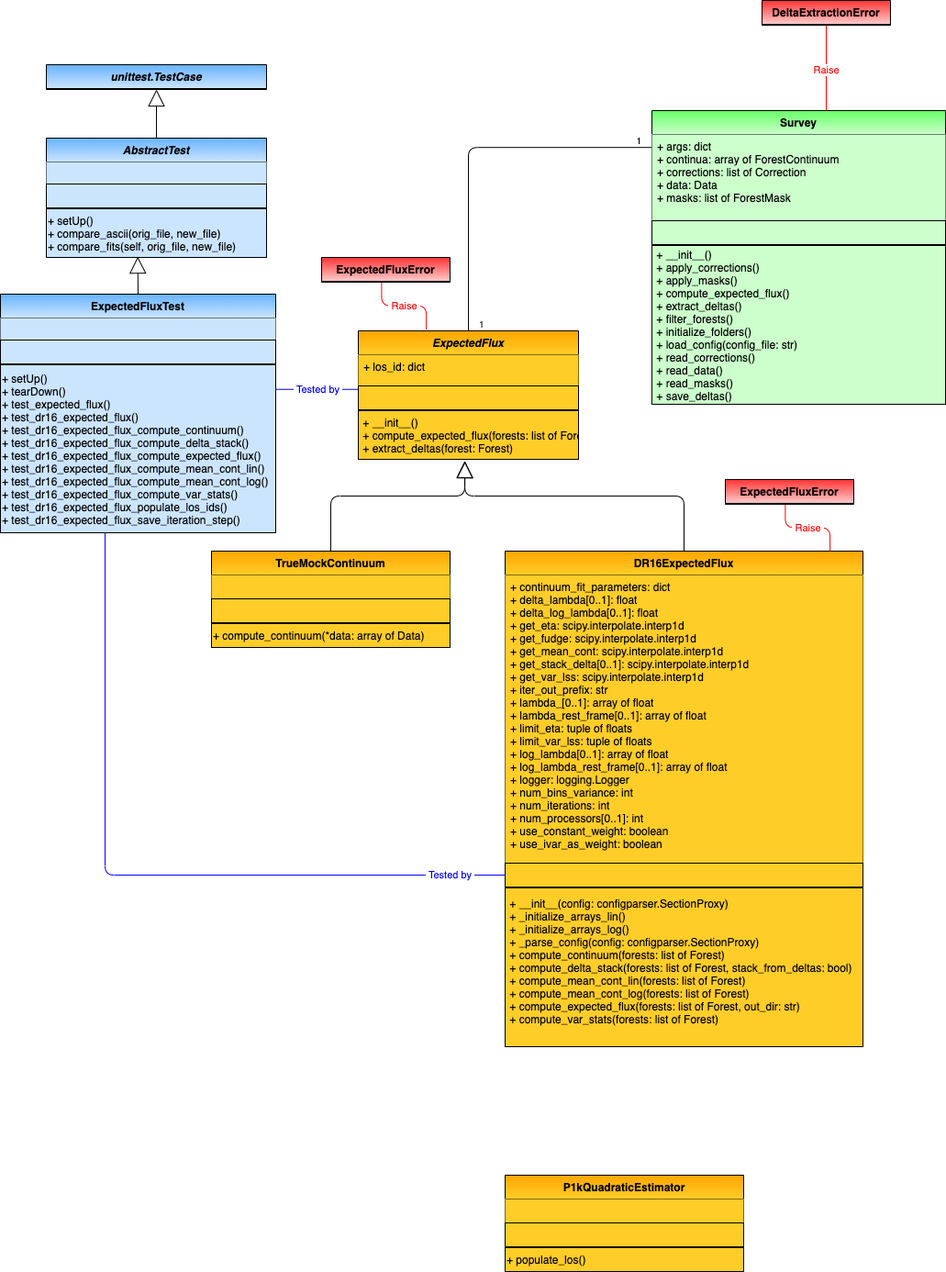
This is py/picca/delta_extraction/docs/data_model/data_model-ExpectedFlux.png from igmhub/picca, a draw.io export, as it was before one commit. Source tidied: cells renumbered, new cells last; positions are measured from the earlier drawing's top-left corner, leaving out a move shared by most shapes.
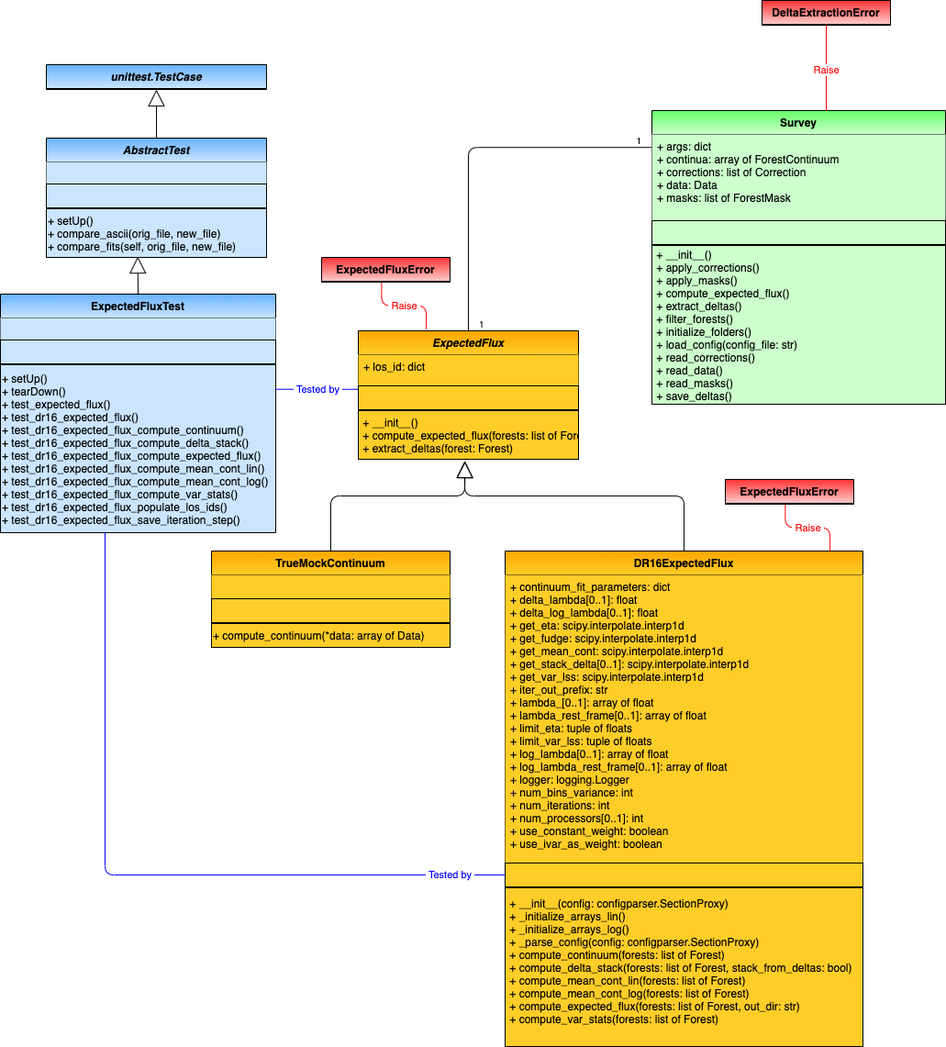
Above is the later version.

Diff of the diagram source:
```diff
@@ -148,21 +148,6 @@
         <mxPoint x="10" as="offset" />
       </mxGeometry>
     </mxCell>
-    <mxCell id="44" value="P1kQuadraticEstimator" style="swimlane;fontStyle=1;horizontal=1;startSize=26;fillColor=#ffcd28;swimlaneFillColor=#ffffff;rounded=0;shadow=0;glass=0;comic=0;strokeColor=#000000;gradientColor=#ffa500;swimlaneLine=1;gradientDirection=north;" parent="1" vertex="1">
-      <mxGeometry x="550" y="1280" width="260" height="105" as="geometry" />
-    </mxCell>
-    <mxCell id="45" style="text;strokeColor=none;fillColor=#ffcd28;align=left;verticalAlign=top;spacingLeft=4;spacingRight=4;overflow=hidden;gradientColor=none;" parent="44" vertex="1">
-      <mxGeometry y="26" width="260" height="26" as="geometry" />
-    </mxCell>
-    <mxCell id="46" style="text;strokeColor=#000000;fillColor=#ffcd28;align=left;verticalAlign=middle;overflow=hidden;rounded=0;shadow=0;glass=0;comic=0;fontStyle=0;gradientColor=none;swimlaneFillColor=#ffffff;gradientDirection=north;startSize=26;" parent="44" vertex="1">
-      <mxGeometry y="52" width="260" height="26" as="geometry" />
-    </mxCell>
-    <mxCell id="47" style="line;strokeWidth=1;fillColor=none;align=left;verticalAlign=middle;spacingTop=-1;spacingLeft=3;spacingRight=3;labelPosition=right;rounded=0;shadow=0;glass=0;comic=0;" parent="44" vertex="1">
-      <mxGeometry y="78" width="260" height="1" as="geometry" />
-    </mxCell>
-    <mxCell id="48" value="+ populate_los()" style="text;strokeColor=#000000;fillColor=#ffcd28;align=left;verticalAlign=middle;overflow=hidden;rounded=0;shadow=0;glass=0;comic=0;fontStyle=0;gradientColor=none;swimlaneFillColor=#ffffff;gradientDirection=north;startSize=26;" parent="44" vertex="1">
-      <mxGeometry y="79" width="260" height="26" as="geometry" />
-    </mxCell>
     <mxCell id="49" value="ExpectedFluxError" style="swimlane;fontStyle=1;horizontal=1;startSize=26;swimlaneFillColor=#ffffff;rounded=0;shadow=0;glass=0;comic=0;strokeColor=#000000;swimlaneLine=1;gradientDirection=north;fillColor=#FFCCCC;gradientColor=#FF3333;" parent="1" vertex="1">
       <mxGeometry x="790" y="522" width="140" height="27" as="geometry" />
     </mxCell>
```
